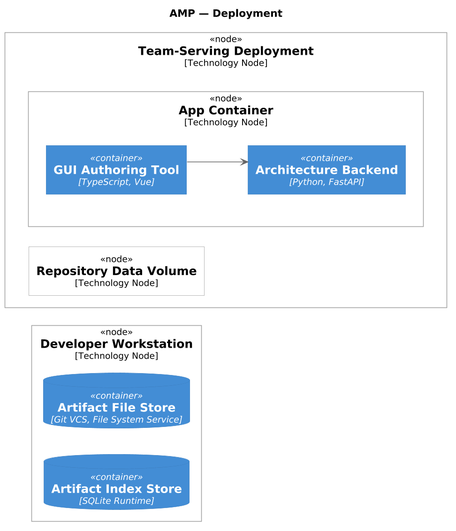
This is engagements/ENG-ARCH-REPO/architecture-repository/diagram-catalog/rendered/platform-core/CD@1786912268.s4lI3nq.amp-deployment.png from mbauer83/architectonic, a PlantUML export, as it was before one commit.
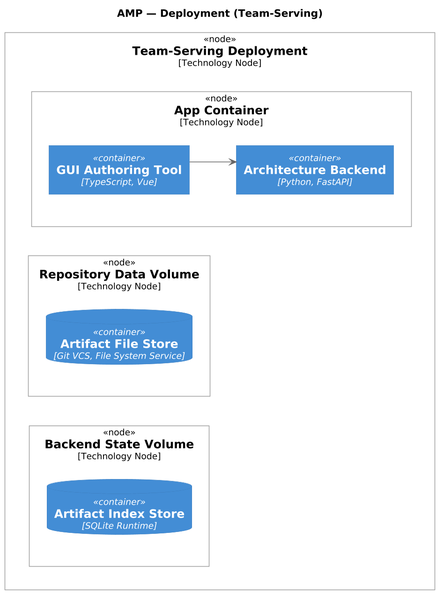
After the change.

What changed in the source:
```diff
@@ -8,14 +8,8 @@
 skinparam wrapWidth 240
 skinparam maxMessageSize 240
 
-title AMP — Deployment
+title AMP — Deployment (Team-Serving)
 
-Deployment_Node(NOD_4EFX7z, "Developer Workstation", "Technology Node") {
-  ContainerDb(APP_R_K3YAQ, "Artifact Index Store", "SQLite Runtime")
-  ContainerDb(APP_fvvCoDp, "Artifact File Store", "Git VCS, File System Service")
-  APP_R_K3YAQ -[hidden]right- APP_fvvCoDp
-
-}
 Deployment_Node(NOD_7xNYBF, "Team-Serving Deployment", "Technology Node") {
   Deployment_Node(NOD_Yx71j_C, "App Container", "Technology Node") {
     Container(APP_lmO0mp, "GUI Authoring Tool", "TypeScript, Vue")
@@ -23,8 +17,16 @@
     APP_lmO0mp -[hidden]right- APP_OYEmP1
 
   }
-  Deployment_Node(NOD_THkLB12, "Repository Data Volume", "Technology Node")
+  Deployment_Node(NOD_THkLB12, "Repository Data Volume", "Technology Node") {
+    ContainerDb(APP_fvvCoDp, "Artifact File Store", "Git VCS, File System Service")
+
+  }
+  Deployment_Node(NOD_l1ntGpZ, "Backend State Volume", "Technology Node") {
+    ContainerDb(APP_R_K3YAQ, "Artifact Index Store", "SQLite Runtime")
+
+  }
   NOD_Yx71j_C -[hidden]right- NOD_THkLB12
+  NOD_THkLB12 -[hidden]right- NOD_l1ntGpZ
 
 }
 
```
